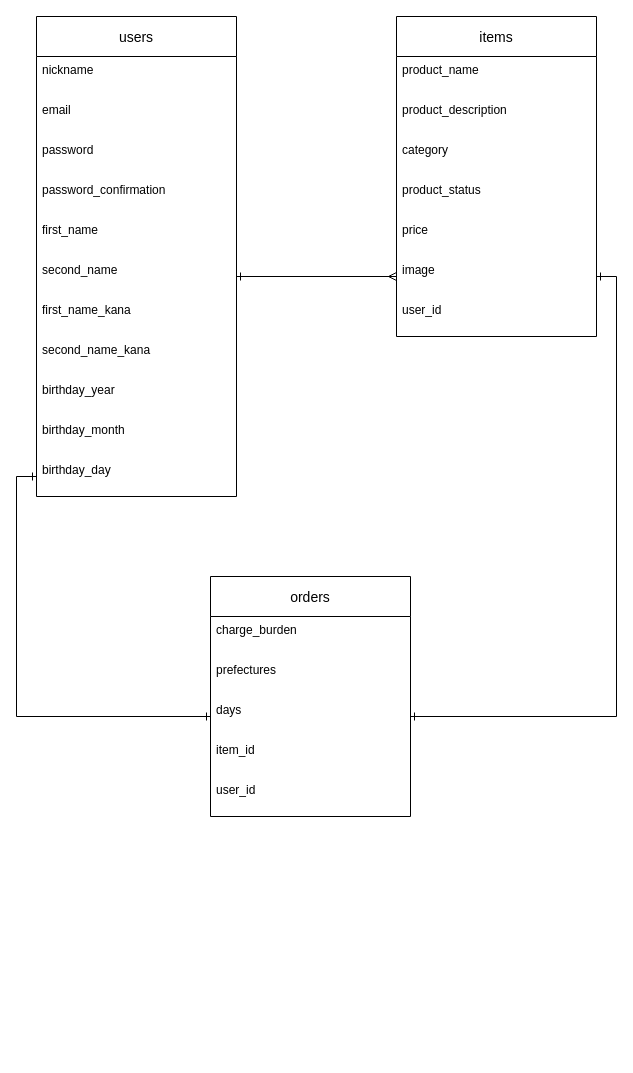
The draw.io diagram furima.dio in takanotakuya/furima-34387, before the edit. Source tidied: cells renumbered, new cells numbered last; positions are measured from the earlier drawing's top-left corner, leaving out a move shared by most shapes. Both pictures are drawn from the tidied source at 100%, with x=0, y=0 at pixel (36, 16).
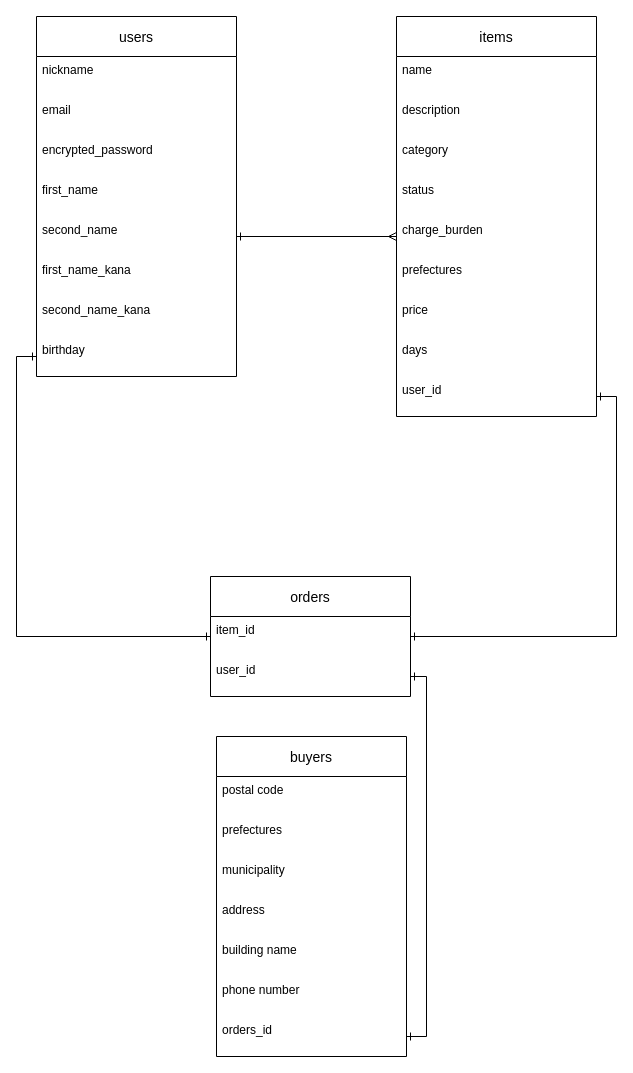
The same page after the edit.

Commit message (it also covers changes not shown here):
ER図、READMEの作成　修正１

The edit, as a diff of the source:
```diff
@@
     <mxCell id="2" value="items" style="swimlane;fontStyle=0;horizontal=1;startSize=40;align=center;fontSize=14;" parent="1" vertex="1">
-      <mxGeometry x="360" width="200" height="320" as="geometry" />
+      <mxGeometry x="360" width="200" height="400" as="geometry" />
     </mxCell>
-    <mxCell id="3" value="product_name" style="text;strokeColor=none;fillColor=none;spacingLeft=4;spacingRight=4;overflow=hidden;fontSize=12;" parent="2" vertex="1">
+    <mxCell id="3" value="name" style="text;strokeColor=none;fillColor=none;spacingLeft=4;spacingRight=4;overflow=hidden;fontSize=12;" parent="2" vertex="1">
       <mxGeometry y="40" width="200" height="40" as="geometry" />
     </mxCell>
-    <mxCell id="4" value="product_description" style="text;strokeColor=none;fillColor=none;spacingLeft=4;spacingRight=4;overflow=hidden;fontSize=12;" parent="2" vertex="1">
+    <mxCell id="4" value="description" style="text;strokeColor=none;fillColor=none;spacingLeft=4;spacingRight=4;overflow=hidden;fontSize=12;" parent="2" vertex="1">
       <mxGeometry y="80" width="200" height="40" as="geometry" />
     </mxCell>
@@
-    <mxCell id="6" value="product_status" style="text;strokeColor=none;fillColor=none;spacingLeft=4;spacingRight=4;overflow=hidden;fontSize=12;" parent="2" vertex="1">
+    <mxCell id="6" value="status" style="text;strokeColor=none;fillColor=none;spacingLeft=4;spacingRight=4;overflow=hidden;fontSize=12;" parent="2" vertex="1">
       <mxGeometry y="160" width="200" height="40" as="geometry" />
     </mxCell>
+    <mxCell id="23" value="charge_burden" style="text;strokeColor=none;fillColor=none;spacingLeft=4;spacingRight=4;overflow=hidden;points=[[0,0.5],[1,0.5]];portConstraint=eastwest;fontSize=12;" parent="2" vertex="1">
+      <mxGeometry y="200" width="200" height="40" as="geometry" />
+    </mxCell>
+    <mxCell id="31" value="prefectures" style="text;strokeColor=none;fillColor=none;spacingLeft=4;spacingRight=4;overflow=hidden;fontSize=12;" parent="2" vertex="1">
+      <mxGeometry y="240" width="200" height="40" as="geometry" />
+    </mxCell>
     <mxCell id="7" value="price" style="text;strokeColor=none;fillColor=none;spacingLeft=4;spacingRight=4;overflow=hidden;fontSize=12;" parent="2" vertex="1">
-      <mxGeometry y="200" width="200" height="40" as="geometry" />
+      <mxGeometry y="280" width="200" height="40" as="geometry" />
     </mxCell>
-    <mxCell id="8" value="image" style="text;strokeColor=none;fillColor=none;spacingLeft=4;spacingRight=4;overflow=hidden;points=[[0,0.5],[1,0.5]];portConstraint=eastwest;fontSize=12;" parent="2" vertex="1">
-      <mxGeometry y="240" width="200" height="40" as="geometry" />
-    </mxCell>
+    <mxCell id="25" value="days" style="text;strokeColor=none;fillColor=none;spacingLeft=4;spacingRight=4;overflow=hidden;points=[[0,0.5],[1,0.5]];portConstraint=eastwest;fontSize=12;" parent="2" vertex="1">
+      <mxGeometry y="320" width="200" height="40" as="geometry" />
+    </mxCell>
     <mxCell id="9" value="user_id" style="text;strokeColor=none;fillColor=none;spacingLeft=4;spacingRight=4;overflow=hidden;points=[[0,0.5],[1,0.5]];portConstraint=eastwest;fontSize=12;" parent="2" vertex="1">
-      <mxGeometry y="280" width="200" height="40" as="geometry" />
+      <mxGeometry y="360" width="200" height="40" as="geometry" />
     </mxCell>
     <mxCell id="10" value="users" style="swimlane;fontStyle=0;horizontal=1;startSize=40;align=center;fontSize=14;" parent="1" vertex="1">
-      <mxGeometry width="200" height="480" as="geometry" />
+      <mxGeometry width="200" height="360" as="geometry" />
     </mxCell>
@@
-    <mxCell id="13" value="password&#10;&#10;" style="text;strokeColor=none;fillColor=none;spacingLeft=4;spacingRight=4;overflow=hidden;fontSize=12;" parent="10" vertex="1">
+    <mxCell id="13" value="encrypted_password&#10;" style="text;strokeColor=none;fillColor=none;spacingLeft=4;spacingRight=4;overflow=hidden;fontSize=12;" parent="10" vertex="1">
       <mxGeometry y="120" width="200" height="40" as="geometry" />
     </mxCell>
-    <mxCell id="14" value="password_confirmation&#10;&#10;" style="text;strokeColor=none;fillColor=none;spacingLeft=4;spacingRight=4;overflow=hidden;fontSize=12;" parent="10" vertex="1">
-      <mxGeometry y="160" width="200" height="40" as="geometry" />
-    </mxCell>
     <mxCell id="15" value="first_name" style="text;strokeColor=none;fillColor=none;spacingLeft=4;spacingRight=4;overflow=hidden;fontSize=12;" parent="10" vertex="1">
-      <mxGeometry y="200" width="200" height="40" as="geometry" />
+      <mxGeometry y="160" width="200" height="40" as="geometry" />
     </mxCell>
     <mxCell id="16" value="second_name" style="text;strokeColor=none;fillColor=none;spacingLeft=4;spacingRight=4;overflow=hidden;points=[[0,0.5],[1,0.5]];portConstraint=eastwest;fontSize=12;" parent="10" vertex="1">
-      <mxGeometry y="240" width="200" height="40" as="geometry" />
+      <mxGeometry y="200" width="200" height="40" as="geometry" />
     </mxCell>
     <mxCell id="17" value="first_name_kana" style="text;strokeColor=none;fillColor=none;spacingLeft=4;spacingRight=4;overflow=hidden;fontSize=12;" parent="10" vertex="1">
-      <mxGeometry y="280" width="200" height="40" as="geometry" />
+      <mxGeometry y="240" width="200" height="40" as="geometry" />
     </mxCell>
     <mxCell id="18" value="second_name_kana" style="text;strokeColor=none;fillColor=none;spacingLeft=4;spacingRight=4;overflow=hidden;fontSize=12;" parent="10" vertex="1">
-      <mxGeometry y="320" width="200" height="40" as="geometry" />
+      <mxGeometry y="280" width="200" height="40" as="geometry" />
     </mxCell>
-    <mxCell id="19" value="birthday_year" style="text;strokeColor=none;fillColor=none;spacingLeft=4;spacingRight=4;overflow=hidden;points=[[0,0.5],[1,0.5]];portConstraint=eastwest;fontSize=12;" parent="10" vertex="1">
-      <mxGeometry y="360" width="200" height="40" as="geometry" />
+    <mxCell id="19" value="birthday" style="text;strokeColor=none;fillColor=none;spacingLeft=4;spacingRight=4;overflow=hidden;points=[[0,0.5],[1,0.5]];portConstraint=eastwest;fontSize=12;" parent="10" vertex="1">
+      <mxGeometry y="320" width="200" height="40" as="geometry" />
     </mxCell>
-    <mxCell id="20" value="birthday_month" style="text;strokeColor=none;fillColor=none;spacingLeft=4;spacingRight=4;overflow=hidden;fontSize=12;" parent="10" vertex="1">
-      <mxGeometry y="400" width="200" height="40" as="geometry" />
-    </mxCell>
-    <mxCell id="21" value="birthday_day" style="text;strokeColor=none;fillColor=none;spacingLeft=4;spacingRight=4;overflow=hidden;points=[[0,0.5],[1,0.5]];portConstraint=eastwest;fontSize=12;" parent="10" vertex="1">
-      <mxGeometry y="440" width="200" height="40" as="geometry" />
-    </mxCell>
     <mxCell id="22" value="orders" style="swimlane;fontStyle=0;horizontal=1;startSize=40;align=center;fontSize=14;" parent="1" vertex="1">
-      <mxGeometry x="174" y="560" width="200" height="240" as="geometry" />
+      <mxGeometry x="174" y="560" width="200" height="120" as="geometry" />
     </mxCell>
-    <mxCell id="23" value="charge_burden" style="text;strokeColor=none;fillColor=none;spacingLeft=4;spacingRight=4;overflow=hidden;points=[[0,0.5],[1,0.5]];portConstraint=eastwest;fontSize=12;" parent="22" vertex="1">
-      <mxGeometry y="40" width="200" height="40" as="geometry" />
-    </mxCell>
-    <mxCell id="24" value="prefectures" style="text;strokeColor=none;fillColor=none;spacingLeft=4;spacingRight=4;overflow=hidden;fontSize=12;" parent="22" vertex="1">
-      <mxGeometry y="80" width="200" height="40" as="geometry" />
-    </mxCell>
-    <mxCell id="25" value="days" style="text;strokeColor=none;fillColor=none;spacingLeft=4;spacingRight=4;overflow=hidden;points=[[0,0.5],[1,0.5]];portConstraint=eastwest;fontSize=12;" parent="22" vertex="1">
-      <mxGeometry y="120" width="200" height="40" as="geometry" />
-    </mxCell>
     <mxCell id="26" value="item_id" style="text;strokeColor=none;fillColor=none;spacingLeft=4;spacingRight=4;overflow=hidden;points=[[0,0.5],[1,0.5]];portConstraint=eastwest;fontSize=12;" parent="22" vertex="1">
-      <mxGeometry y="160" width="200" height="40" as="geometry" />
+      <mxGeometry y="40" width="200" height="40" as="geometry" />
     </mxCell>
     <mxCell id="27" value="user_id" style="text;strokeColor=none;fillColor=none;spacingLeft=4;spacingRight=4;overflow=hidden;points=[[0,0.5],[1,0.5]];portConstraint=eastwest;fontSize=12;" parent="22" vertex="1">
-      <mxGeometry y="200" width="200" height="40" as="geometry" />
+      <mxGeometry y="80" width="200" height="40" as="geometry" />
     </mxCell>
-    <mxCell id="28" style="edgeStyle=orthogonalEdgeStyle;rounded=0;jettySize=auto;html=1;exitX=0;exitY=0.5;exitDx=0;exitDy=0;entryX=1;entryY=0.5;entryDx=0;entryDy=0;endArrow=ERone;endFill=0;startArrow=ERmany;startFill=0;" parent="1" edge="1" source="8" target="16">
+    <mxCell id="28" style="edgeStyle=orthogonalEdgeStyle;rounded=0;jettySize=auto;html=1;entryX=1;entryY=0.5;entryDx=0;entryDy=0;endArrow=ERone;endFill=0;startArrow=ERmany;startFill=0;exitX=0;exitY=0.5;exitDx=0;exitDy=0;" parent="1" edge="1" source="23" target="16">
       <mxGeometry relative="1" as="geometry" />
     </mxCell>
-    <mxCell id="29" style="edgeStyle=orthogonalEdgeStyle;rounded=0;jettySize=auto;html=1;exitX=1;exitY=0.5;exitDx=0;exitDy=0;entryX=1;entryY=0.5;entryDx=0;entryDy=0;startArrow=ERone;startFill=0;endArrow=ERone;endFill=0;" parent="1" edge="1" source="8" target="25">
-      <mxGeometry relative="1" as="geometry" />
-    </mxCell>
-    <mxCell id="30" style="edgeStyle=orthogonalEdgeStyle;rounded=0;jettySize=auto;html=1;exitX=0;exitY=0.5;exitDx=0;exitDy=0;entryX=0;entryY=0.5;entryDx=0;entryDy=0;startArrow=ERone;startFill=0;endArrow=ERone;endFill=0;" parent="1" edge="1" source="21" target="25">
-      <mxGeometry relative="1" as="geometry" />
-    </mxCell>
+    <mxCell id="32" value="buyers" style="swimlane;fontStyle=0;horizontal=1;startSize=40;align=center;fontSize=14;" parent="1" vertex="1">
+      <mxGeometry x="180" y="720" width="190" height="320" as="geometry" />
+    </mxCell>
+    <mxCell id="33" value="postal code" style="text;strokeColor=none;fillColor=none;spacingLeft=4;spacingRight=4;overflow=hidden;fontSize=12;" parent="32" vertex="1">
+      <mxGeometry y="40" width="190" height="40" as="geometry" />
+    </mxCell>
+    <mxCell id="34" value="prefectures" style="text;strokeColor=none;fillColor=none;spacingLeft=4;spacingRight=4;overflow=hidden;fontSize=12;" parent="32" vertex="1">
+      <mxGeometry y="80" width="190" height="40" as="geometry" />
+    </mxCell>
+    <mxCell id="35" value="municipality" style="text;strokeColor=none;fillColor=none;spacingLeft=4;spacingRight=4;overflow=hidden;fontSize=12;" parent="32" vertex="1">
+      <mxGeometry y="120" width="190" height="40" as="geometry" />
+    </mxCell>
+    <mxCell id="36" value="address" style="text;strokeColor=none;fillColor=none;spacingLeft=4;spacingRight=4;overflow=hidden;fontSize=12;" parent="32" vertex="1">
+      <mxGeometry y="160" width="190" height="40" as="geometry" />
+    </mxCell>
+    <mxCell id="37" value="building name" style="text;strokeColor=none;fillColor=none;spacingLeft=4;spacingRight=4;overflow=hidden;fontSize=12;" parent="32" vertex="1">
+      <mxGeometry y="200" width="190" height="40" as="geometry" />
+    </mxCell>
+    <mxCell id="38" value="phone number" style="text;strokeColor=none;fillColor=none;spacingLeft=4;spacingRight=4;overflow=hidden;fontSize=12;" parent="32" vertex="1">
+      <mxGeometry y="240" width="190" height="40" as="geometry" />
+    </mxCell>
+    <mxCell id="39" value="orders_id" style="text;strokeColor=none;fillColor=none;spacingLeft=4;spacingRight=4;overflow=hidden;points=[[0,0.5],[1,0.5]];portConstraint=eastwest;fontSize=12;" parent="32" vertex="1">
+      <mxGeometry y="280" width="190" height="40" as="geometry" />
+    </mxCell>
+    <mxCell id="40" style="edgeStyle=orthogonalEdgeStyle;rounded=0;jettySize=auto;html=1;exitX=1;exitY=0.5;exitDx=0;exitDy=0;entryX=1;entryY=0.5;entryDx=0;entryDy=0;startArrow=ERone;startFill=0;endArrow=ERone;endFill=0;" parent="1" edge="1" source="9" target="26">
+      <mxGeometry relative="1" as="geometry" />
+    </mxCell>
+    <mxCell id="41" style="edgeStyle=orthogonalEdgeStyle;rounded=0;jettySize=auto;html=1;exitX=0;exitY=0.5;exitDx=0;exitDy=0;entryX=0;entryY=0.5;entryDx=0;entryDy=0;startArrow=ERone;startFill=0;endArrow=ERone;endFill=0;" parent="1" edge="1" source="19" target="26">
+      <mxGeometry relative="1" as="geometry" />
+    </mxCell>
+    <mxCell id="42" style="edgeStyle=orthogonalEdgeStyle;rounded=0;jettySize=auto;html=1;exitX=1;exitY=0.5;exitDx=0;exitDy=0;entryX=1;entryY=0.5;entryDx=0;entryDy=0;startArrow=ERone;startFill=0;endArrow=ERone;endFill=0;" parent="1" edge="1" source="39" target="27">
+      <mxGeometry relative="1" as="geometry" />
+    </mxCell>
```
